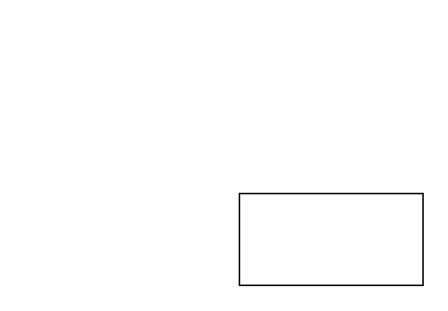
Before: Unavngivet diagram.drawio in pilsner91/SEP3, a draw.io diagram. Source tidied: cells renumbered, new cells numbered last; positions are measured from the earlier drawing's top-left corner, leaving out a move shared by most shapes. Both pictures are drawn from the tidied source at 153%, with x=0, y=0 at pixel (239, 193).
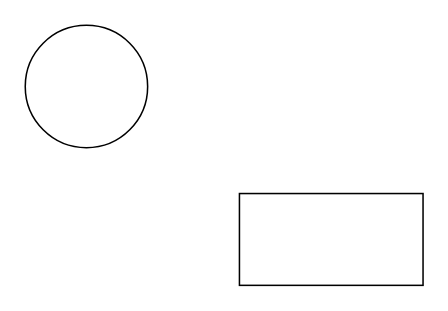
Above is the later version.

Diff of the diagram source:
```diff
@@
 <mxGraphModel>
   <root>
     <mxCell id="0" />
     <mxCell id="1" parent="0" />
     <mxCell id="2" style="rounded=0;whiteSpace=wrap;html=1;" parent="1" vertex="1">
       <mxGeometry width="120" height="60" as="geometry" />
     </mxCell>
+    <mxCell id="3" style="ellipse;whiteSpace=wrap;html=1;" parent="1" vertex="1">
+      <mxGeometry x="-140" y="-110" width="80" height="80" as="geometry" />
+    </mxCell>
   </root>
 </mxGraphModel>
```
